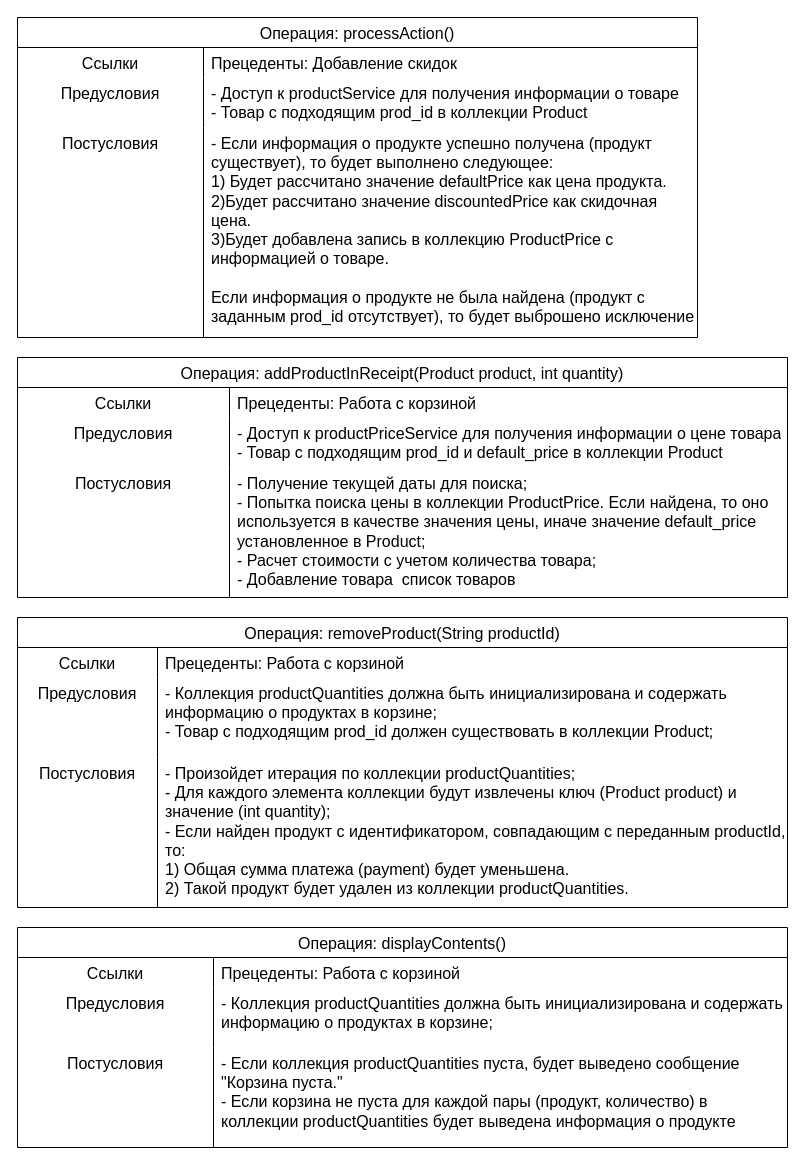
The draw.io diagram page "Описание операций" (2 of 3) of Диаграмма без названия.drawio in IlyaSannikow/Machine-learning, before the edit. Source tidied: cells renumbered, new cells numbered last; positions are measured from the earlier drawing's top-left corner, leaving out a move shared by most shapes. Both pictures are drawn from the tidied source at 100%, with x=0, y=0 at pixel (17, 17).
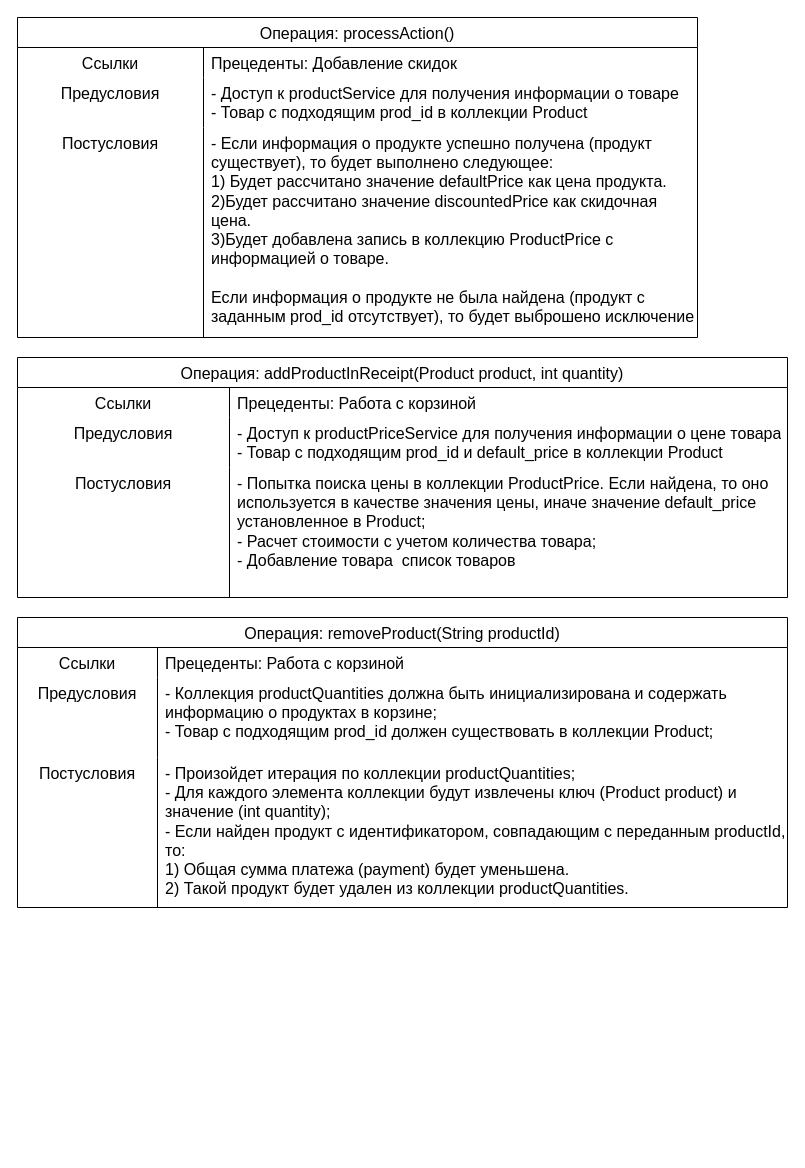
The same diagram, later.

The change refers to these unchanged cells:
```xml
<mxCell id="19" style="shape=tableRow;horizontal=0;startSize=0;swimlaneHead=0;swimlaneBody=0;top=0;left=0;bottom=0;right=0;fillColor=none;strokeColor=inherit;fontSize=16;" parent="12" vertex="1">
  <mxGeometry y="110" width="770" height="130" as="geometry" />
</mxCell>
```

The edit, as a diff of the source:
```diff
@@
-    <mxCell id="21" value="- Получение текущей даты для поиска;&lt;div&gt;- Попытка поиска цены в коллекции ProductPrice. Если найдена, то оно используется в качестве значения цены, иначе значение default_price установленное в Product;&lt;/div&gt;&lt;div&gt;- Расчет стоимости с учетом количества товара;&amp;nbsp;&lt;/div&gt;&lt;div&gt;- Добавление товара&amp;nbsp; список товаров&lt;/div&gt;" style="shape=partialRectangle;html=1;whiteSpace=wrap;fillColor=none;top=0;left=0;bottom=0;right=0;align=left;spacingLeft=6;overflow=hidden;strokeColor=inherit;fontSize=16;verticalAlign=top;" parent="19" vertex="1">
+    <mxCell id="21" value="&lt;div&gt;- Попытка поиска цены в коллекции ProductPrice. Если найдена, то оно используется в качестве значения цены, иначе значение default_price установленное в Product;&lt;/div&gt;&lt;div&gt;- Расчет стоимости с учетом количества товара;&amp;nbsp;&lt;/div&gt;&lt;div&gt;- Добавление товара&amp;nbsp; список товаров&lt;/div&gt;" style="shape=partialRectangle;html=1;whiteSpace=wrap;fillColor=none;top=0;left=0;bottom=0;right=0;align=left;spacingLeft=6;overflow=hidden;strokeColor=inherit;fontSize=16;verticalAlign=top;" parent="19" vertex="1">
       <mxGeometry x="212" width="558" height="130" as="geometry" />
     </mxCell>
@@
-    <mxCell id="32" value="Операция: displayContents()" style="shape=table;startSize=30;childLayout=tableLayout;rowLines=0;fontStyle=0;strokeColor=default;fontSize=16;verticalAlign=top;" parent="1" vertex="1">
-      <mxGeometry y="910" width="770" height="220" as="geometry" />
-    </mxCell>
-    <mxCell id="33" style="shape=tableRow;horizontal=0;startSize=0;swimlaneHead=0;swimlaneBody=0;top=0;left=0;bottom=0;right=0;fillColor=none;strokeColor=inherit;fontSize=16;verticalAlign=top;" parent="32" vertex="1">
-      <mxGeometry y="30" width="770" height="30" as="geometry" />
-    </mxCell>
-    <mxCell id="34" value="Ссылки" style="shape=partialRectangle;html=1;whiteSpace=wrap;fillColor=none;top=0;left=0;bottom=0;right=0;overflow=hidden;strokeColor=inherit;fontSize=16;verticalAlign=top;" parent="33" vertex="1">
-      <mxGeometry width="196" height="30" as="geometry" />
-    </mxCell>
-    <mxCell id="35" value="Прецеденты: Работа с корзиной" style="shape=partialRectangle;html=1;whiteSpace=wrap;fillColor=none;top=0;left=0;bottom=0;right=0;align=left;spacingLeft=6;overflow=hidden;strokeColor=inherit;fontSize=16;verticalAlign=top;" parent="33" vertex="1">
-      <mxGeometry x="196" width="574" height="30" as="geometry" />
-    </mxCell>
-    <mxCell id="36" style="shape=tableRow;horizontal=0;startSize=0;swimlaneHead=0;swimlaneBody=0;top=0;left=0;bottom=0;right=0;fillColor=none;strokeColor=inherit;fontSize=16;verticalAlign=top;" parent="32" vertex="1">
-      <mxGeometry y="60" width="770" height="60" as="geometry" />
-    </mxCell>
-    <mxCell id="37" value="Предусловия" style="shape=partialRectangle;html=1;whiteSpace=wrap;fillColor=none;top=0;left=0;bottom=0;right=0;overflow=hidden;strokeColor=inherit;fontSize=16;verticalAlign=top;" parent="36" vertex="1">
-      <mxGeometry width="196" height="60" as="geometry" />
-    </mxCell>
-    <mxCell id="38" value="-&amp;nbsp;Коллекция productQuantities должна быть инициализирована и содержать информацию о продуктах в корзине;" style="shape=partialRectangle;html=1;whiteSpace=wrap;fillColor=none;top=0;left=0;bottom=0;right=0;align=left;spacingLeft=6;overflow=hidden;strokeColor=inherit;fontSize=16;verticalAlign=top;" parent="36" vertex="1">
-      <mxGeometry x="196" width="574" height="60" as="geometry" />
-    </mxCell>
-    <mxCell id="39" style="shape=tableRow;horizontal=0;startSize=0;swimlaneHead=0;swimlaneBody=0;top=0;left=0;bottom=0;right=0;fillColor=none;strokeColor=inherit;fontSize=16;verticalAlign=top;" parent="32" vertex="1">
-      <mxGeometry y="120" width="770" height="100" as="geometry" />
-    </mxCell>
-    <mxCell id="40" value="Постусловия" style="shape=partialRectangle;html=1;whiteSpace=wrap;fillColor=none;top=0;left=0;bottom=0;right=0;overflow=hidden;strokeColor=inherit;fontSize=16;verticalAlign=top;" parent="39" vertex="1">
-      <mxGeometry width="196" height="100" as="geometry" />
-    </mxCell>
-    <mxCell id="41" value="-&amp;nbsp;Если коллекция productQuantities пуста, будет выведено сообщение &quot;Корзина пуста.&quot;&lt;div&gt;- Если корзина не пуста&amp;nbsp;для каждой пары (продукт, количество) в коллекции productQuantities будет выведена информация о продукте&lt;/div&gt;" style="shape=partialRectangle;html=1;whiteSpace=wrap;fillColor=none;top=0;left=0;bottom=0;right=0;align=left;spacingLeft=6;overflow=hidden;strokeColor=inherit;fontSize=16;verticalAlign=top;" parent="39" vertex="1">
-      <mxGeometry x="196" width="574" height="100" as="geometry" />
-    </mxCell>
```
